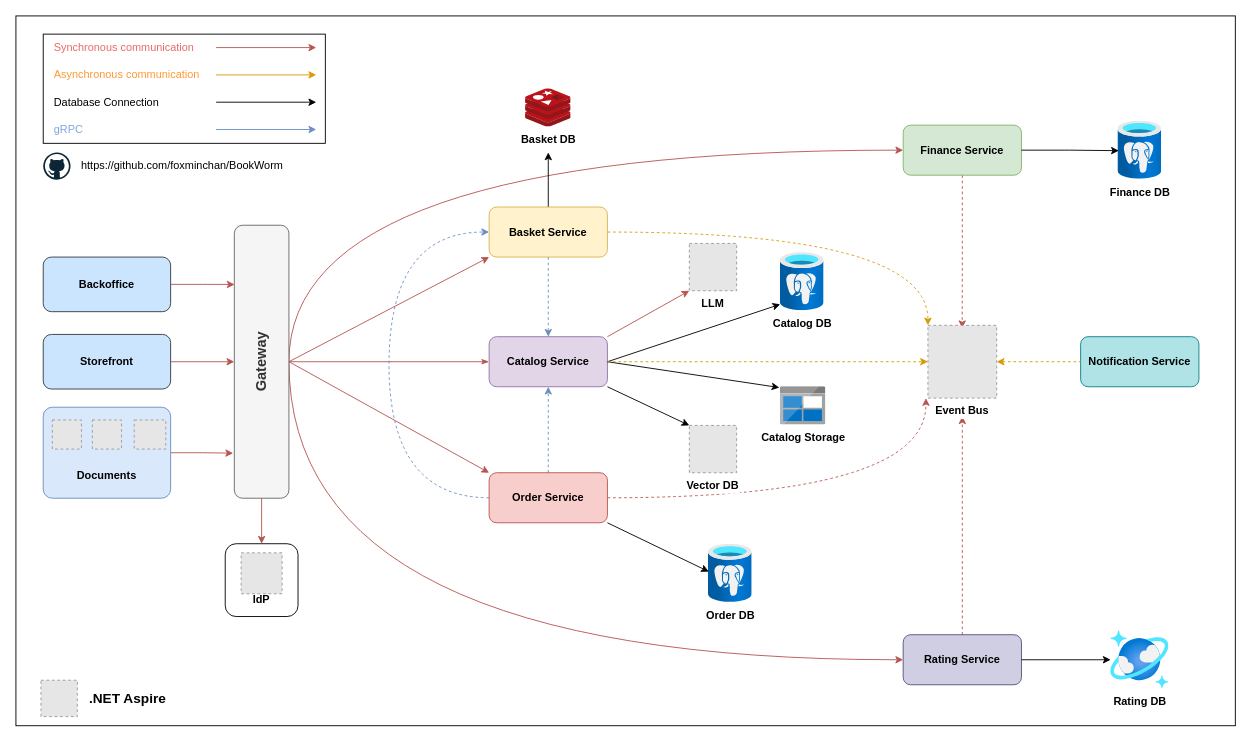
foxminchan/BookWorm keeps this draw.io diagram as assets/BookWorm.drawio. Above is the earlier version. Source tidied: cells renumbered, new cells numbered last; positions are measured from the earlier drawing's top-left corner, leaving out a move shared by most shapes. Both pictures are drawn from the tidied source at 91%, with x=0, y=0 at pixel (15, 15). Pictures stored in the file or linked from it are replaced by grey dashed boxes.
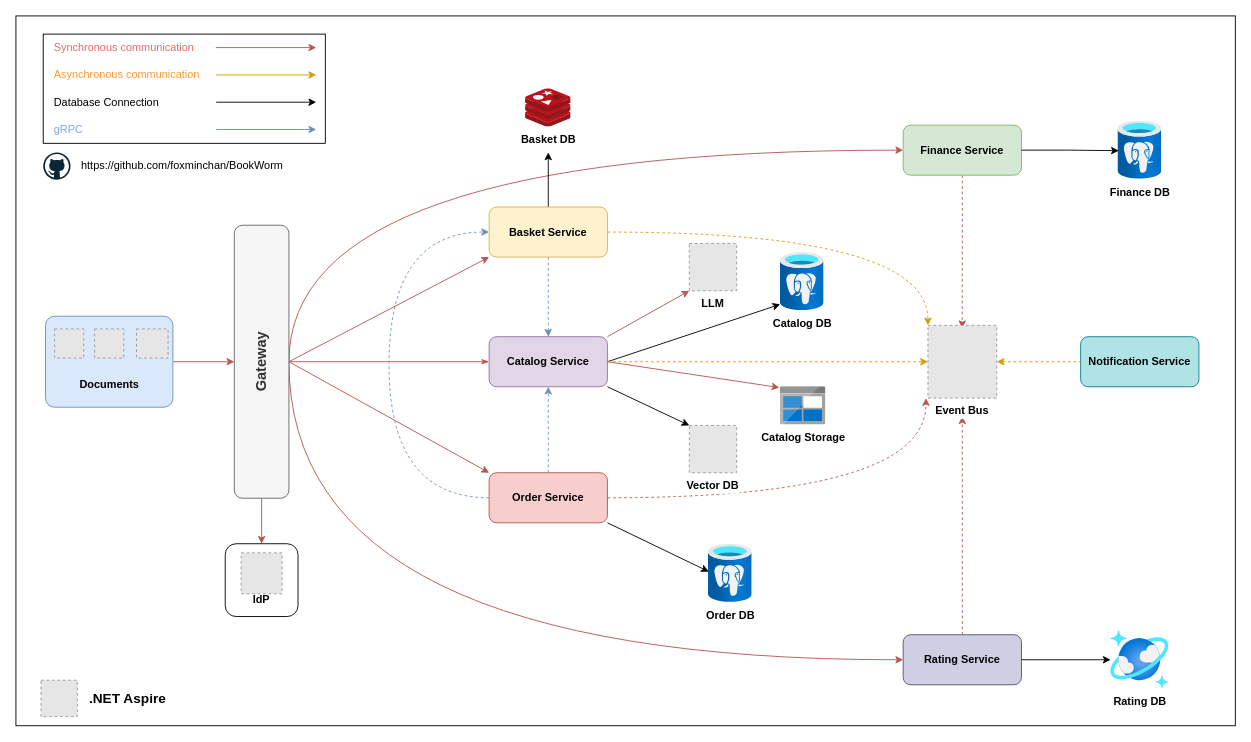
The same page after the edit.

Unchanged cells that the change refers to:
```xml
<mxCell id="9" value="&lt;font style=&quot;font-size: 16px;&quot;&gt;Gateway&lt;/font&gt;" style="rounded=1;whiteSpace=wrap;html=1;fontStyle=1;textDirection=vertical-rl;rotation=-180;fillColor=#f5f5f5;strokeColor=#666666;fontColor=#333333;" parent="1" vertex="1">
  <mxGeometry x="240" y="230" width="60" height="300" as="geometry" />
</mxCell>
<mxCell id="12" value="Catalog Service" style="rounded=1;whiteSpace=wrap;html=1;fontStyle=1;fillColor=#e1d5e7;strokeColor=#9673a6;" parent="1" vertex="1">
  <mxGeometry x="520" y="352.5" width="130" height="55" as="geometry" />
</mxCell>
<mxCell id="15" value="Catalog Storage" style="image;sketch=0;html=1;points=[];align=center;fontSize=12;image=img/lib/mscae/BlobBlock.svg;fontStyle=1;" parent="1" vertex="1">
  <mxGeometry x="840" y="407.5" width="50" height="42" as="geometry" />
</mxCell>
```

The edit, as a diff of the source:
```diff
@@
-    <mxCell id="16" style="rounded=0;jettySize=auto;html=1;exitX=1;exitY=0.5;exitDx=0;exitDy=0;entryX=-0.021;entryY=0.021;entryDx=0;entryDy=0;entryPerimeter=0;" parent="1" edge="1" source="12" target="15">
+    <mxCell id="16" style="rounded=0;jettySize=auto;html=1;exitX=1;exitY=0.5;exitDx=0;exitDy=0;entryX=-0.021;entryY=0.021;entryDx=0;entryDy=0;entryPerimeter=0;fillColor=#f8cecc;strokeColor=#b85450;" parent="1" edge="1" source="12" target="15">
       <mxGeometry relative="1" as="geometry" />
     </mxCell>
@@
-    <mxCell id="59" style="edgeStyle=orthogonalEdgeStyle;rounded=0;jettySize=auto;html=1;exitX=1;exitY=0.5;exitDx=0;exitDy=0;entryX=1.021;entryY=0.165;entryDx=0;entryDy=0;entryPerimeter=0;fillColor=#f8cecc;strokeColor=#b85450;" parent="1" edge="1" source="64" target="9">
+    <mxCell id="59" style="edgeStyle=orthogonalEdgeStyle;rounded=0;jettySize=auto;html=1;exitX=1;exitY=0.5;exitDx=0;exitDy=0;entryX=1;entryY=0.5;entryDx=0;entryDy=0;fillColor=#f8cecc;strokeColor=#b85450;" parent="1" edge="1" source="64" target="9">
       <mxGeometry relative="1" as="geometry" />
     </mxCell>
-    <mxCell id="60" value="Storefront" style="rounded=1;whiteSpace=wrap;html=1;fillColor=#cce5ff;strokeColor=#36393d;fontStyle=1;" parent="1" vertex="1">
-      <mxGeometry x="30" y="350" width="140" height="60" as="geometry" />
-    </mxCell>
-    <mxCell id="61" style="edgeStyle=orthogonalEdgeStyle;rounded=0;jettySize=auto;html=1;exitX=1;exitY=0.5;exitDx=0;exitDy=0;entryX=1;entryY=0.5;entryDx=0;entryDy=0;fillColor=#f8cecc;strokeColor=#b85450;" parent="1" edge="1" source="60" target="9">
-      <mxGeometry relative="1" as="geometry" />
-    </mxCell>
-    <mxCell id="62" value="Backoffice" style="rounded=1;whiteSpace=wrap;html=1;fontStyle=1;fillColor=#cce5ff;strokeColor=#36393d;" parent="1" vertex="1">
-      <mxGeometry x="30" y="265" width="140" height="60" as="geometry" />
-    </mxCell>
-    <mxCell id="63" style="edgeStyle=orthogonalEdgeStyle;rounded=0;jettySize=auto;html=1;exitX=1;exitY=0.5;exitDx=0;exitDy=0;entryX=0.995;entryY=0.783;entryDx=0;entryDy=0;entryPerimeter=0;fillColor=#f8cecc;strokeColor=#b85450;" parent="1" edge="1" source="62" target="9">
-      <mxGeometry relative="1" as="geometry" />
-    </mxCell>
+    <mxCell id="69" style="group;" parent="1" vertex="1">
+      <mxGeometry x="32.5" y="330" width="140" height="100" as="geometry" />
+    </mxCell>
-    <mxCell id="64" style="rounded=1;whiteSpace=wrap;html=1;fillColor=#dae8fc;strokeColor=#6c8ebf;arcSize=10;" parent="1" vertex="1">
-      <mxGeometry x="30" y="430" width="140" height="100" as="geometry" />
+    <mxCell id="64" style="rounded=1;whiteSpace=wrap;html=1;fillColor=#dae8fc;strokeColor=#6c8ebf;arcSize=10;" parent="69" vertex="1">
+      <mxGeometry width="140" height="100" as="geometry" />
     </mxCell>
-    <mxCell id="65" style="fillColor=#E6E6E6;strokeColor=#999999;dashed=1;verticalLabelPosition=bottom;labelBackgroundColor=default;verticalAlign=top;" parent="1" vertex="1">
-      <mxGeometry x="40" y="444" width="32" height="32" as="geometry" />
+    <mxCell id="65" style="fillColor=#E6E6E6;strokeColor=#999999;dashed=1;verticalLabelPosition=bottom;labelBackgroundColor=default;verticalAlign=top;" parent="69" vertex="1">
+      <mxGeometry x="10" y="14" width="32" height="32" as="geometry" />
     </mxCell>
-    <mxCell id="66" style="fillColor=#E6E6E6;strokeColor=#999999;dashed=1;" parent="1" vertex="1">
-      <mxGeometry x="84" y="444" width="32" height="32" as="geometry" />
+    <mxCell id="66" style="fillColor=#E6E6E6;strokeColor=#999999;dashed=1;" parent="69" vertex="1">
+      <mxGeometry x="54" y="14" width="32" height="32" as="geometry" />
     </mxCell>
-    <mxCell id="67" value="&lt;b&gt;Documents&lt;/b&gt;" style="text;html=1;align=center;verticalAlign=middle;whiteSpace=wrap;rounded=0;" parent="1" vertex="1">
-      <mxGeometry x="65" y="489.5" width="70" height="30" as="geometry" />
+    <mxCell id="67" value="&lt;b&gt;Documents&lt;/b&gt;" style="text;html=1;align=center;verticalAlign=middle;whiteSpace=wrap;rounded=0;" parent="69" vertex="1">
+      <mxGeometry x="35" y="59.5" width="70" height="30" as="geometry" />
     </mxCell>
-    <mxCell id="68" style="fillColor=#E6E6E6;strokeColor=#999999;dashed=1;" parent="1" vertex="1">
-      <mxGeometry x="130" y="444" width="34.7" height="32" as="geometry" />
+    <mxCell id="68" style="fillColor=#E6E6E6;strokeColor=#999999;dashed=1;" parent="69" vertex="1">
+      <mxGeometry x="100" y="14" width="34.7" height="32" as="geometry" />
     </mxCell>
```
